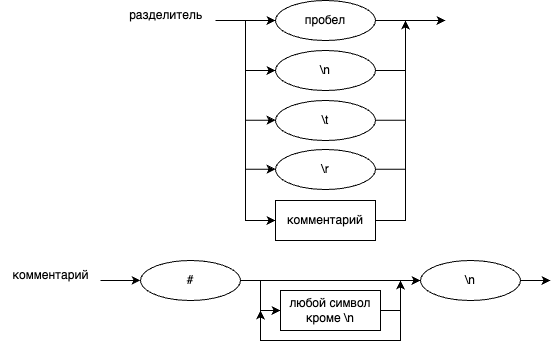
Before: cource-papers/trps/рпз/материалы/курсач_трпс-3 Синтаксическая диаграмма.drawio.png, a diagram exported from draw.io (vzalygin/bmstu-ics6). Source tidied: cells renumbered, new cells last; positions are measured from the earlier drawing's top-left corner, leaving out a move shared by most shapes. Source of this version:
```xml
<mxGraphModel>
  <root>
    <mxCell id="0" />
    <mxCell id="1" parent="0" />
    <mxCell id="2" style="endArrow=classic;html=1;rounded=0;entryX=0;entryY=0.5;entryDx=0;entryDy=0;" parent="1" edge="1">
      <mxGeometry relative="1" as="geometry">
        <mxPoint x="215" y="20" as="sourcePoint" />
        <mxPoint x="275" y="20" as="targetPoint" />
      </mxGeometry>
    </mxCell>
    <mxCell id="3" value="разделитель" style="text;html=1;align=center;verticalAlign=middle;strokeColor=none;fillColor=none;" parent="1" vertex="1">
      <mxGeometry x="115" width="100" height="30" as="geometry" />
    </mxCell>
    <mxCell id="4" value="комментарий" style="rounded=0;whiteSpace=wrap;html=1;" parent="1" vertex="1">
      <mxGeometry x="275" y="200" width="100" height="40" as="geometry" />
    </mxCell>
    <mxCell id="5" value="пробел" style="ellipse;whiteSpace=wrap;html=1;" parent="1" vertex="1">
      <mxGeometry x="275" width="100" height="40" as="geometry" />
    </mxCell>
    <mxCell id="6" value="\n" style="ellipse;whiteSpace=wrap;html=1;" parent="1" vertex="1">
      <mxGeometry x="275" y="50" width="100" height="40" as="geometry" />
    </mxCell>
    <mxCell id="7" value="\t" style="ellipse;whiteSpace=wrap;html=1;" parent="1" vertex="1">
      <mxGeometry x="275" y="100" width="100" height="40" as="geometry" />
    </mxCell>
    <mxCell id="8" value="\r" style="ellipse;whiteSpace=wrap;html=1;" parent="1" vertex="1">
      <mxGeometry x="275" y="149" width="100" height="40" as="geometry" />
    </mxCell>
    <mxCell id="9" style="endArrow=classic;html=1;rounded=0;entryX=0;entryY=0.5;entryDx=0;entryDy=0;" parent="1" edge="1" target="4">
      <mxGeometry relative="1" as="geometry">
        <mxPoint x="245" y="20" as="sourcePoint" />
        <Array as="points">
          <mxPoint x="245" y="220" />
        </Array>
      </mxGeometry>
    </mxCell>
    <mxCell id="10" style="endArrow=classic;html=1;rounded=0;entryX=0;entryY=0.5;entryDx=0;entryDy=0;" parent="1" edge="1" target="6">
      <mxGeometry relative="1" as="geometry">
        <mxPoint x="245" y="70" as="sourcePoint" />
      </mxGeometry>
    </mxCell>
    <mxCell id="11" style="endArrow=classic;html=1;rounded=0;entryX=0;entryY=0.5;entryDx=0;entryDy=0;" parent="1" edge="1">
      <mxGeometry relative="1" as="geometry">
        <mxPoint x="245" y="119.7" as="sourcePoint" />
        <mxPoint x="275" y="119.7" as="targetPoint" />
      </mxGeometry>
    </mxCell>
    <mxCell id="12" style="endArrow=classic;html=1;rounded=0;entryX=0;entryY=0.5;entryDx=0;entryDy=0;" parent="1" edge="1">
      <mxGeometry relative="1" as="geometry">
        <mxPoint x="245" y="168.7" as="sourcePoint" />
        <mxPoint x="275" y="168.7" as="targetPoint" />
      </mxGeometry>
    </mxCell>
    <mxCell id="13" style="endArrow=classic;html=1;rounded=0;exitX=1;exitY=0.5;exitDx=0;exitDy=0;" parent="1" edge="1" source="5">
      <mxGeometry relative="1" as="geometry">
        <mxPoint x="445" y="20" as="targetPoint" />
      </mxGeometry>
    </mxCell>
    <mxCell id="14" style="endArrow=classic;html=1;rounded=0;exitX=1;exitY=0.5;exitDx=0;exitDy=0;" parent="1" edge="1" source="4">
      <mxGeometry relative="1" as="geometry">
        <mxPoint x="405" y="20" as="targetPoint" />
        <Array as="points">
          <mxPoint x="405" y="220" />
        </Array>
      </mxGeometry>
    </mxCell>
    <mxCell id="15" style="endArrow=none;html=1;rounded=0;exitX=1;exitY=0.5;exitDx=0;exitDy=0;" parent="1" edge="1" source="6">
      <mxGeometry relative="1" as="geometry">
        <mxPoint x="405" y="70" as="targetPoint" />
      </mxGeometry>
    </mxCell>
    <mxCell id="16" style="endArrow=none;html=1;rounded=0;exitX=1;exitY=0.5;exitDx=0;exitDy=0;" parent="1" edge="1">
      <mxGeometry relative="1" as="geometry">
        <mxPoint x="375" y="119.7" as="sourcePoint" />
        <mxPoint x="405" y="119.7" as="targetPoint" />
      </mxGeometry>
    </mxCell>
    <mxCell id="17" style="endArrow=none;html=1;rounded=0;exitX=1;exitY=0.5;exitDx=0;exitDy=0;" parent="1" edge="1">
      <mxGeometry relative="1" as="geometry">
        <mxPoint x="375" y="168.7" as="sourcePoint" />
        <mxPoint x="405" y="168.7" as="targetPoint" />
      </mxGeometry>
    </mxCell>
    <mxCell id="18" value="комментарий" style="text;html=1;align=center;verticalAlign=middle;strokeColor=none;fillColor=none;" parent="1" vertex="1">
      <mxGeometry y="260" width="100" height="30" as="geometry" />
    </mxCell>
    <mxCell id="19" value="#" style="ellipse;whiteSpace=wrap;html=1;" parent="1" vertex="1">
      <mxGeometry x="140" y="260" width="100" height="40" as="geometry" />
    </mxCell>
    <mxCell id="20" style="endArrow=classic;html=1;rounded=0;entryX=0;entryY=0.5;entryDx=0;entryDy=0;" parent="1" edge="1">
      <mxGeometry relative="1" as="geometry">
        <mxPoint x="100" y="280" as="sourcePoint" />
        <mxPoint x="140" y="279.9" as="targetPoint" />
      </mxGeometry>
    </mxCell>
    <mxCell id="21" value="любой символ кроме \n" style="rounded=0;whiteSpace=wrap;html=1;" parent="1" vertex="1">
      <mxGeometry x="280" y="290" width="100" height="40" as="geometry" />
    </mxCell>
    <mxCell id="22" value="\n" style="ellipse;whiteSpace=wrap;html=1;" parent="1" vertex="1">
      <mxGeometry x="420" y="260" width="100" height="40" as="geometry" />
    </mxCell>
    <mxCell id="23" style="endArrow=classic;html=1;rounded=0;exitX=1;exitY=0.5;exitDx=0;exitDy=0;entryX=0;entryY=0.5;entryDx=0;entryDy=0;" parent="1" edge="1" source="19" target="22">
      <mxGeometry relative="1" as="geometry" />
    </mxCell>
    <mxCell id="24" style="endArrow=classic;html=1;rounded=0;exitX=1;exitY=0.5;exitDx=0;exitDy=0;" parent="1" edge="1" source="22">
      <mxGeometry relative="1" as="geometry">
        <mxPoint x="550" y="280" as="targetPoint" />
      </mxGeometry>
    </mxCell>
    <mxCell id="25" style="endArrow=classic;html=1;rounded=0;" parent="1" edge="1">
      <mxGeometry relative="1" as="geometry">
        <mxPoint x="400" y="310" as="sourcePoint" />
        <mxPoint x="260" y="310" as="targetPoint" />
        <Array as="points">
          <mxPoint x="400" y="340" />
          <mxPoint x="260" y="340" />
        </Array>
      </mxGeometry>
    </mxCell>
    <mxCell id="26" style="endArrow=classic;html=1;rounded=0;exitX=1;exitY=0.5;exitDx=0;exitDy=0;" parent="1" edge="1" source="21">
      <mxGeometry relative="1" as="geometry">
        <mxPoint x="400" y="280" as="targetPoint" />
        <Array as="points">
          <mxPoint x="400" y="310" />
        </Array>
      </mxGeometry>
    </mxCell>
    <mxCell id="27" style="endArrow=classic;html=1;rounded=0;entryX=0;entryY=0.5;entryDx=0;entryDy=0;" parent="1" edge="1" target="21">
      <mxGeometry relative="1" as="geometry">
        <mxPoint x="260" y="280" as="sourcePoint" />
        <Array as="points">
          <mxPoint x="260" y="310" />
        </Array>
      </mxGeometry>
    </mxCell>
  </root>
</mxGraphModel>
```
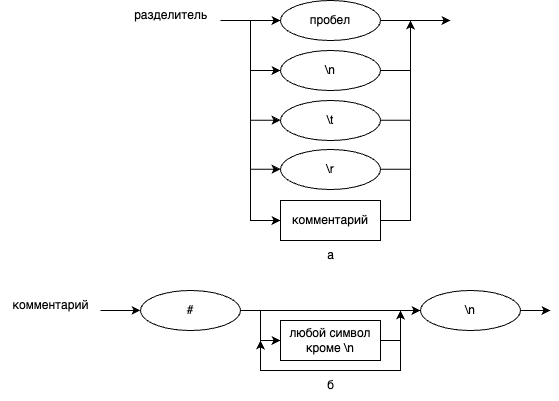
Later version of the same file.

What changed in the source:
```diff
@@ -82,56 +82,62 @@
       </mxGeometry>
     </mxCell>
     <mxCell id="18" value="комментарий" style="text;html=1;align=center;verticalAlign=middle;strokeColor=none;fillColor=none;" parent="1" vertex="1">
-      <mxGeometry y="260" width="100" height="30" as="geometry" />
+      <mxGeometry x="-5" y="290" width="100" height="30" as="geometry" />
     </mxCell>
     <mxCell id="19" value="#" style="ellipse;whiteSpace=wrap;html=1;" parent="1" vertex="1">
-      <mxGeometry x="140" y="260" width="100" height="40" as="geometry" />
+      <mxGeometry x="135" y="290" width="100" height="40" as="geometry" />
     </mxCell>
     <mxCell id="20" style="endArrow=classic;html=1;rounded=0;entryX=0;entryY=0.5;entryDx=0;entryDy=0;" parent="1" edge="1">
       <mxGeometry relative="1" as="geometry">
-        <mxPoint x="100" y="280" as="sourcePoint" />
-        <mxPoint x="140" y="279.9" as="targetPoint" />
+        <mxPoint x="95" y="310" as="sourcePoint" />
+        <mxPoint x="135" y="309.9" as="targetPoint" />
       </mxGeometry>
     </mxCell>
     <mxCell id="21" value="любой символ кроме \n" style="rounded=0;whiteSpace=wrap;html=1;" parent="1" vertex="1">
-      <mxGeometry x="280" y="290" width="100" height="40" as="geometry" />
+      <mxGeometry x="275" y="320" width="100" height="40" as="geometry" />
     </mxCell>
     <mxCell id="22" value="\n" style="ellipse;whiteSpace=wrap;html=1;" parent="1" vertex="1">
-      <mxGeometry x="420" y="260" width="100" height="40" as="geometry" />
+      <mxGeometry x="415" y="290" width="100" height="40" as="geometry" />
     </mxCell>
     <mxCell id="23" style="endArrow=classic;html=1;rounded=0;exitX=1;exitY=0.5;exitDx=0;exitDy=0;entryX=0;entryY=0.5;entryDx=0;entryDy=0;" parent="1" edge="1" source="19" target="22">
       <mxGeometry relative="1" as="geometry" />
     </mxCell>
     <mxCell id="24" style="endArrow=classic;html=1;rounded=0;exitX=1;exitY=0.5;exitDx=0;exitDy=0;" parent="1" edge="1" source="22">
       <mxGeometry relative="1" as="geometry">
-        <mxPoint x="550" y="280" as="targetPoint" />
+        <mxPoint x="545" y="310" as="targetPoint" />
       </mxGeometry>
     </mxCell>
     <mxCell id="25" style="endArrow=classic;html=1;rounded=0;" parent="1" edge="1">
       <mxGeometry relative="1" as="geometry">
-        <mxPoint x="400" y="310" as="sourcePoint" />
-        <mxPoint x="260" y="310" as="targetPoint" />
+        <mxPoint x="395" y="340" as="sourcePoint" />
+        <mxPoint x="255" y="340" as="targetPoint" />
         <Array as="points">
-          <mxPoint x="400" y="340" />
-          <mxPoint x="260" y="340" />
+          <mxPoint x="395" y="370" />
+          <mxPoint x="255" y="370" />
         </Array>
       </mxGeometry>
     </mxCell>
     <mxCell id="26" style="endArrow=classic;html=1;rounded=0;exitX=1;exitY=0.5;exitDx=0;exitDy=0;" parent="1" edge="1" source="21">
       <mxGeometry relative="1" as="geometry">
-        <mxPoint x="400" y="280" as="targetPoint" />
+        <mxPoint x="395" y="310" as="targetPoint" />
         <Array as="points">
-          <mxPoint x="400" y="310" />
+          <mxPoint x="395" y="340" />
         </Array>
       </mxGeometry>
     </mxCell>
     <mxCell id="27" style="endArrow=classic;html=1;rounded=0;entryX=0;entryY=0.5;entryDx=0;entryDy=0;" parent="1" edge="1" target="21">
       <mxGeometry relative="1" as="geometry">
-        <mxPoint x="260" y="280" as="sourcePoint" />
+        <mxPoint x="255" y="310" as="sourcePoint" />
         <Array as="points">
-          <mxPoint x="260" y="310" />
+          <mxPoint x="255" y="340" />
         </Array>
       </mxGeometry>
     </mxCell>
+    <mxCell id="28" value="а" style="text;html=1;align=center;verticalAlign=middle;strokeColor=none;fillColor=none;" parent="1" vertex="1">
+      <mxGeometry x="310" y="240" width="30" height="30" as="geometry" />
+    </mxCell>
+    <mxCell id="29" value="б" style="text;html=1;align=center;verticalAlign=middle;strokeColor=none;fillColor=none;" parent="1" vertex="1">
+      <mxGeometry x="310" y="370" width="30" height="30" as="geometry" />
+    </mxCell>
   </root>
 </mxGraphModel>
```
